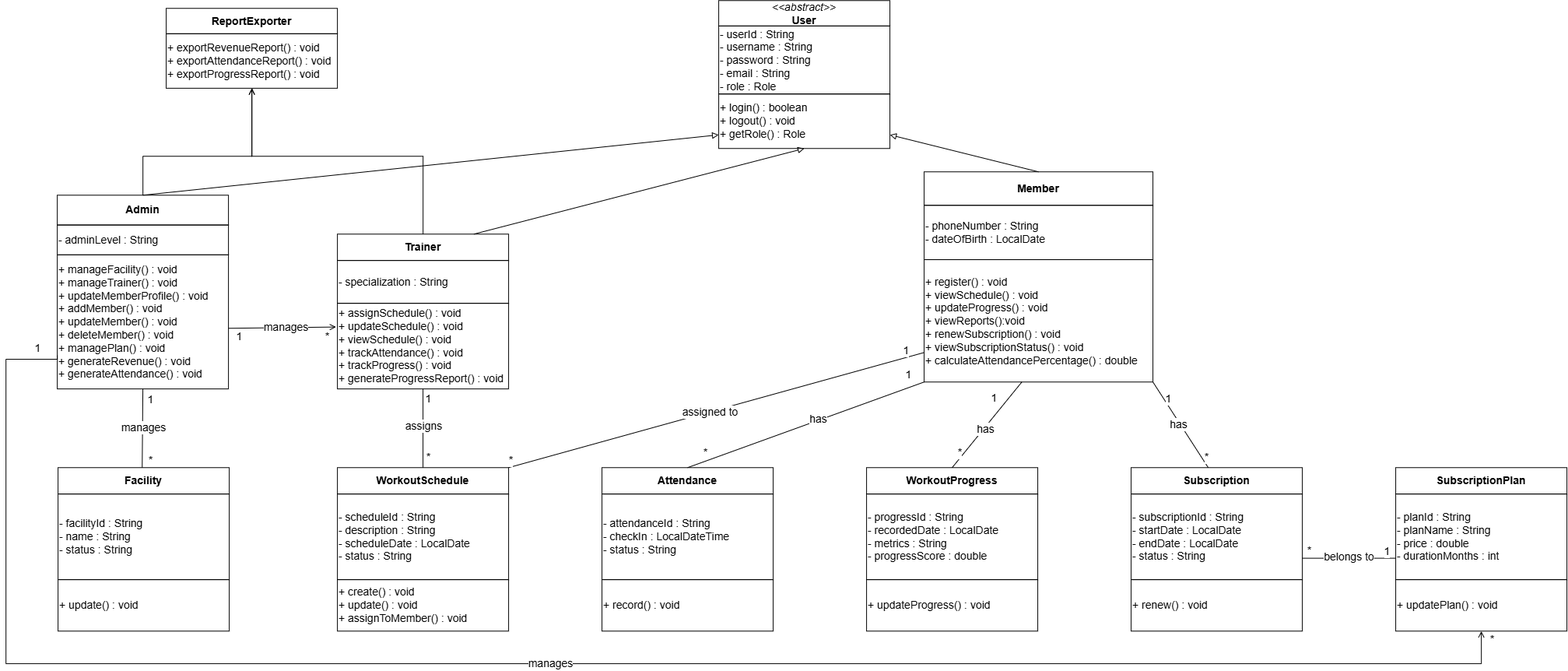
Above: ClassDiagram.drawio.png in XuanAnh1312/GMS_PROJECT_JAVA (draw.io), before the change. Source tidied: cells renumbered, new cells last; positions are measured from the earlier drawing's top-left corner, leaving out a move shared by most shapes.
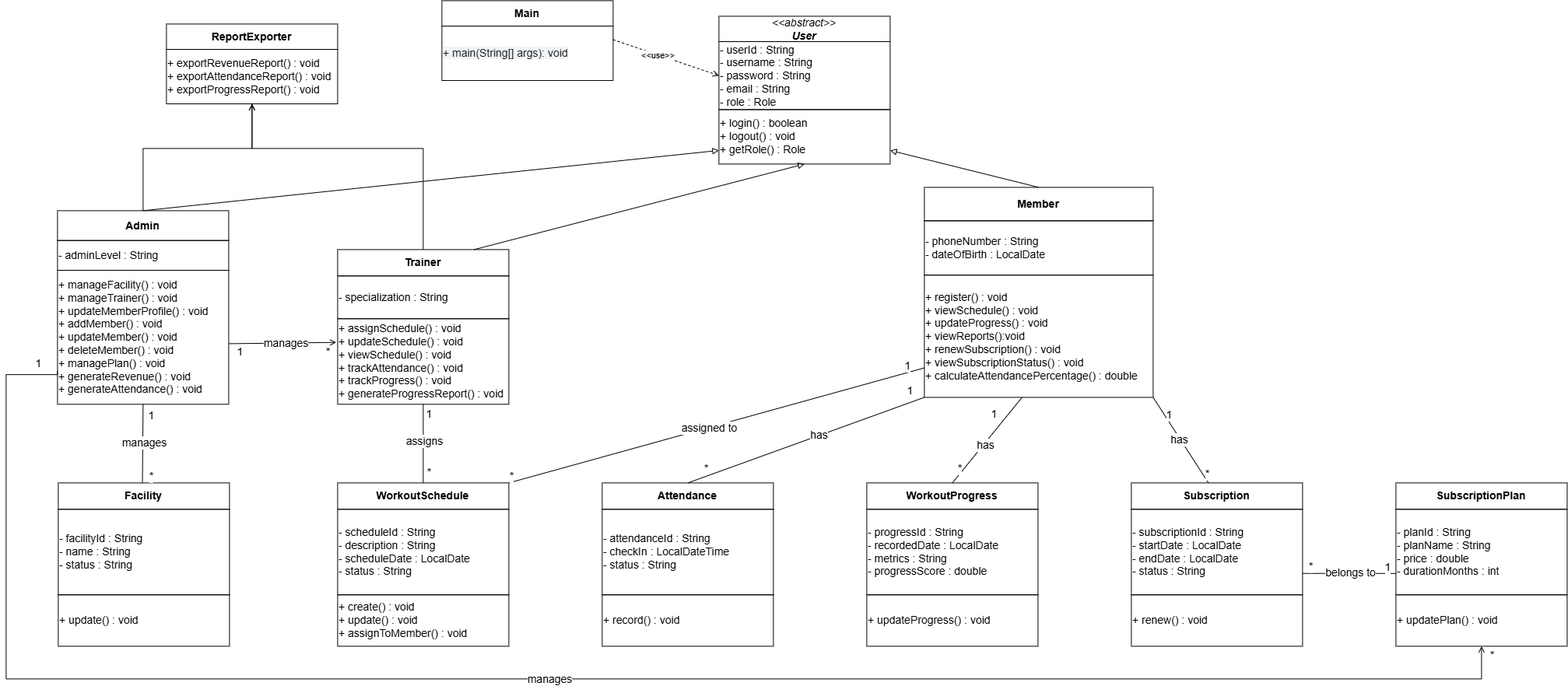
The same diagram one commit later.

What changed in the source:
```diff
@@ -17,7 +17,7 @@
     <mxCell id="6" value="- userId : String&lt;br&gt;- username : String&lt;br&gt;- password : String&lt;br&gt;- email : String&lt;br&gt;- role : Role" style="rounded=0;whiteSpace=wrap;html=1;fillColor=none;align=left;fontSize=14;" parent="5" vertex="1">
       <mxGeometry y="32.6" width="220" height="87.4" as="geometry" />
     </mxCell>
-    <mxCell id="7" value="&lt;div&gt;&lt;i&gt;&amp;lt;&amp;lt;abstract&amp;gt;&amp;gt;&lt;/i&gt;&lt;/div&gt;&lt;b&gt;User&lt;/b&gt;" style="rounded=0;whiteSpace=wrap;html=1;fillColor=none;fontSize=14;" parent="5" vertex="1">
+    <mxCell id="7" value="&lt;div&gt;&lt;i&gt;&amp;lt;&amp;lt;abstract&amp;gt;&amp;gt;&lt;/i&gt;&lt;/div&gt;&lt;b&gt;&lt;i&gt;User&lt;/i&gt;&lt;/b&gt;" style="rounded=0;whiteSpace=wrap;html=1;fillColor=none;fontSize=14;" parent="5" vertex="1">
       <mxGeometry width="220" height="32.6" as="geometry" />
     </mxCell>
     <mxCell id="8" value="+ login() : boolean&lt;br&gt;+ logout() : void&lt;br&gt;+ getRole() : Role" style="rounded=0;whiteSpace=wrap;html=1;fillColor=none;align=left;fontSize=14;" parent="5" vertex="1">
@@ -304,18 +304,33 @@
     <mxCell id="84" style="edgeStyle=orthogonalEdgeStyle;rounded=0;jettySize=auto;html=1;endArrow=open;endFill=0;fontSize=14;" parent="1" edge="1" source="11" target="83">
       <mxGeometry relative="1" as="geometry">
         <Array as="points">
-          <mxPoint x="176" y="200" />
-          <mxPoint x="316" y="200" />
+          <mxPoint x="176" y="170.1" />
+          <mxPoint x="316" y="170.1" />
         </Array>
       </mxGeometry>
     </mxCell>
     <mxCell id="85" style="edgeStyle=orthogonalEdgeStyle;rounded=0;jettySize=auto;html=1;endArrow=open;endFill=0;fontSize=14;" parent="1" edge="1" source="14" target="83">
       <mxGeometry relative="1" as="geometry">
         <Array as="points">
-          <mxPoint x="536" y="200" />
-          <mxPoint x="316" y="200" />
+          <mxPoint x="536" y="170.1" />
+          <mxPoint x="316" y="170.1" />
         </Array>
       </mxGeometry>
     </mxCell>
+    <mxCell id="86" style="group;fontSize=14;" parent="1" vertex="1">
+      <mxGeometry x="560" y="-20" width="220" height="102.6" as="geometry" />
+    </mxCell>
+    <mxCell id="87" value="&lt;b&gt;Main&lt;/b&gt;" style="rounded=0;whiteSpace=wrap;html=1;fillColor=none;fontSize=14;" parent="86" vertex="1">
+      <mxGeometry width="220" height="32.6" as="geometry" />
+    </mxCell>
+    <mxCell id="88" value="&lt;span style=&quot;color: rgb(31, 31, 31); font-family: &amp;quot;Google Sans Flex&amp;quot;, &amp;quot;Google Sans&amp;quot;, &amp;quot;Helvetica Neue&amp;quot;, sans-serif; white-space: pre-wrap; background-color: rgb(240, 244, 249);&quot;&gt;+ main(String[] args): void&lt;/span&gt;" style="rounded=0;whiteSpace=wrap;html=1;fillColor=none;align=left;fontSize=14;" parent="86" vertex="1">
+      <mxGeometry y="32.6" width="220" height="70" as="geometry" />
+    </mxCell>
+    <mxCell id="89" style="endArrow=open;dashed=1;html=1;rounded=0;exitX=1;exitY=0.25;exitDx=0;exitDy=0;entryX=0;entryY=0.5;entryDx=0;entryDy=0;endFill=0;" parent="1" edge="1" source="88" target="6">
+      <mxGeometry relative="1" as="geometry" />
+    </mxCell>
+    <mxCell id="90" value="&amp;lt;&amp;lt;use&amp;gt;&amp;gt;" style="edgeLabel;html=1;align=center;verticalAlign=middle;" parent="89" vertex="1">
+      <mxGeometry x="-0.17" relative="1" as="geometry" />
+    </mxCell>
   </root>
 </mxGraphModel>
```
